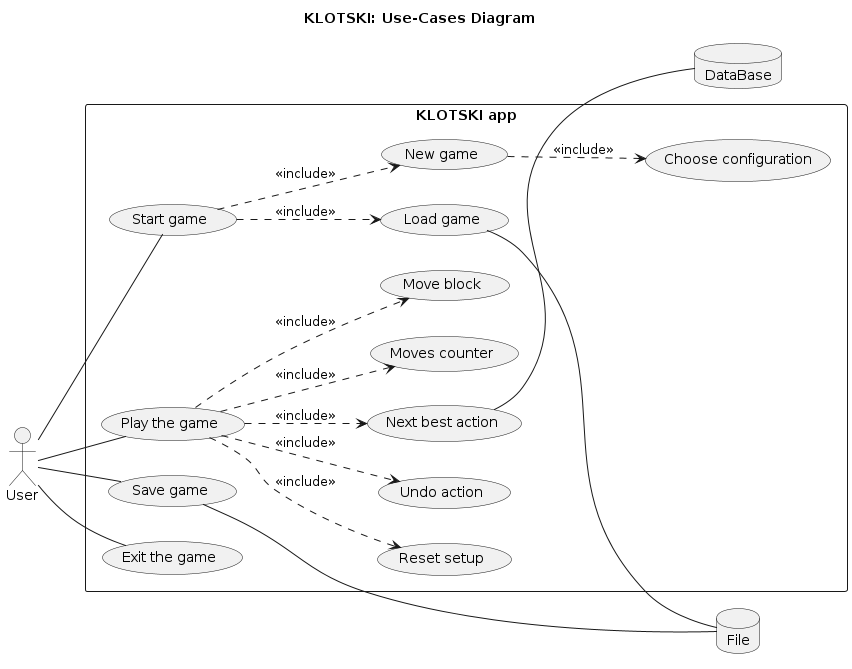
This is docs/assets/use_cases_diagram.png from BIRSAx2/klotski, a PlantUML export, as it was before one commit.
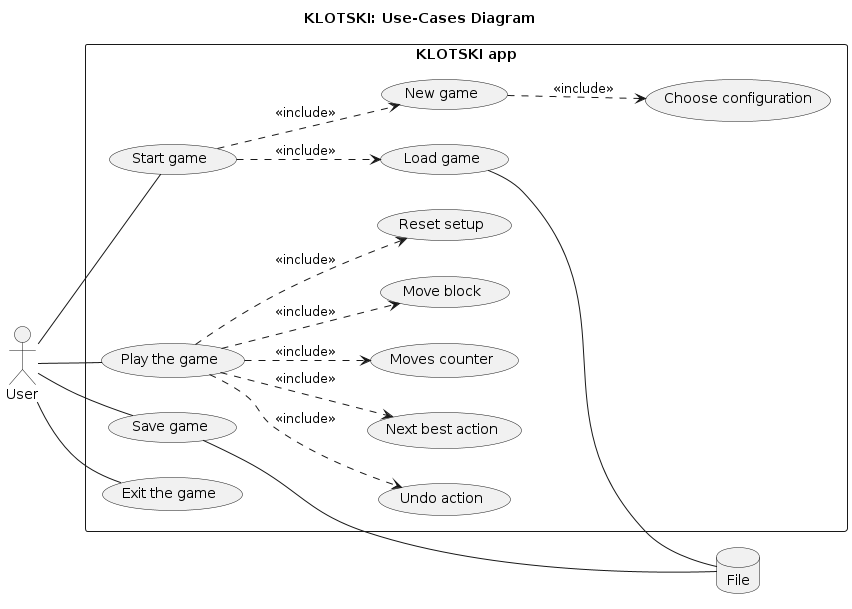
Later version of the same file.

Commit message:
Updated the use case diagram

What changed in the source:
```diff
@@ -11,9 +11,6 @@
     File
   ]
 
-  database DataBase [
-    DataBase
-  ]
 
 rectangle "KLOTSKI app"{
 
@@ -34,7 +31,6 @@
   (Play the game) ..> (Reset setup) : <<include>>
   (Play the game) ..> (Undo action) : <<include>>
   (Play the game) ..> (Next best action) : <<include>>
-  (Next best action) -- DataBase
   (Play the game) ..> (Moves counter) : <<include>>
 
   User -- (Exit the game)
```
